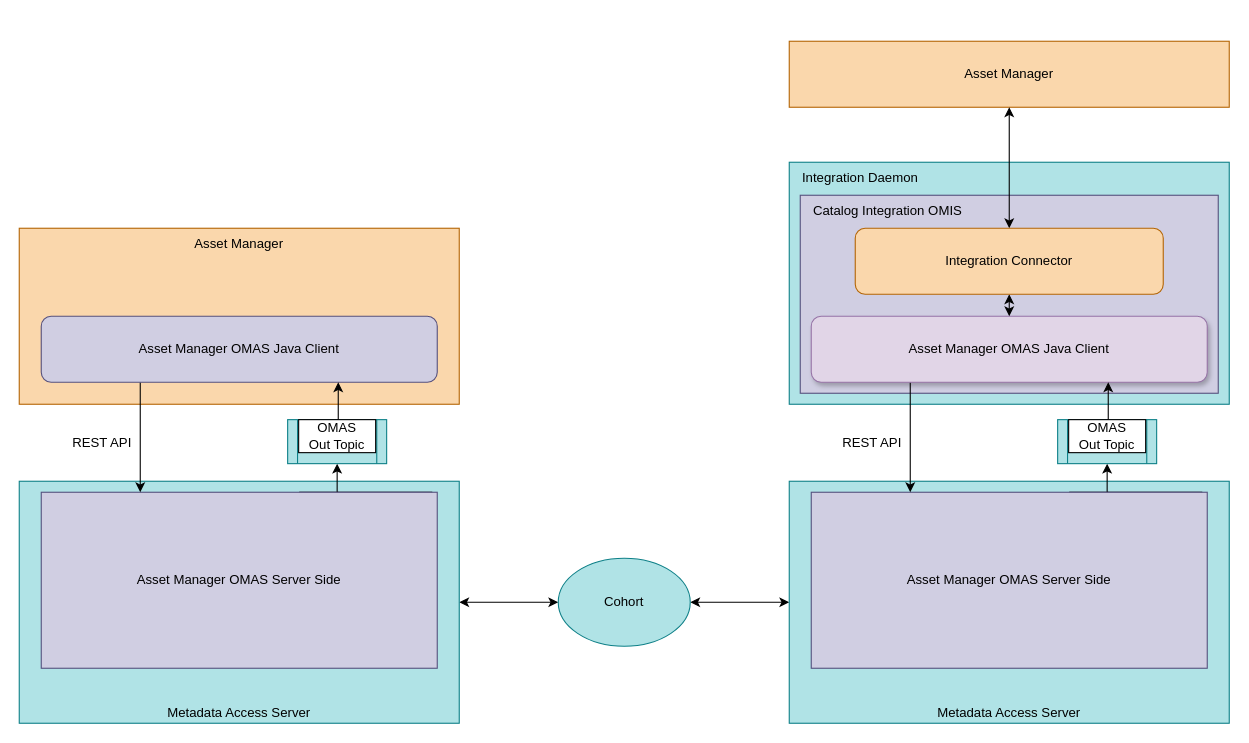
Earlier version of the draw.io diagram page "integration-choices" (3 of 5) of site/docs/services/omas/asset-manager/asset-manager.drawio (odpi/egeria-docs). Source tidied: cells renumbered, new cells numbered last; positions are measured from the earlier drawing's top-left corner, leaving out a move shared by most shapes. Both pictures are drawn from the tidied source at 110%, with x=0, y=0 at pixel (19, 41).
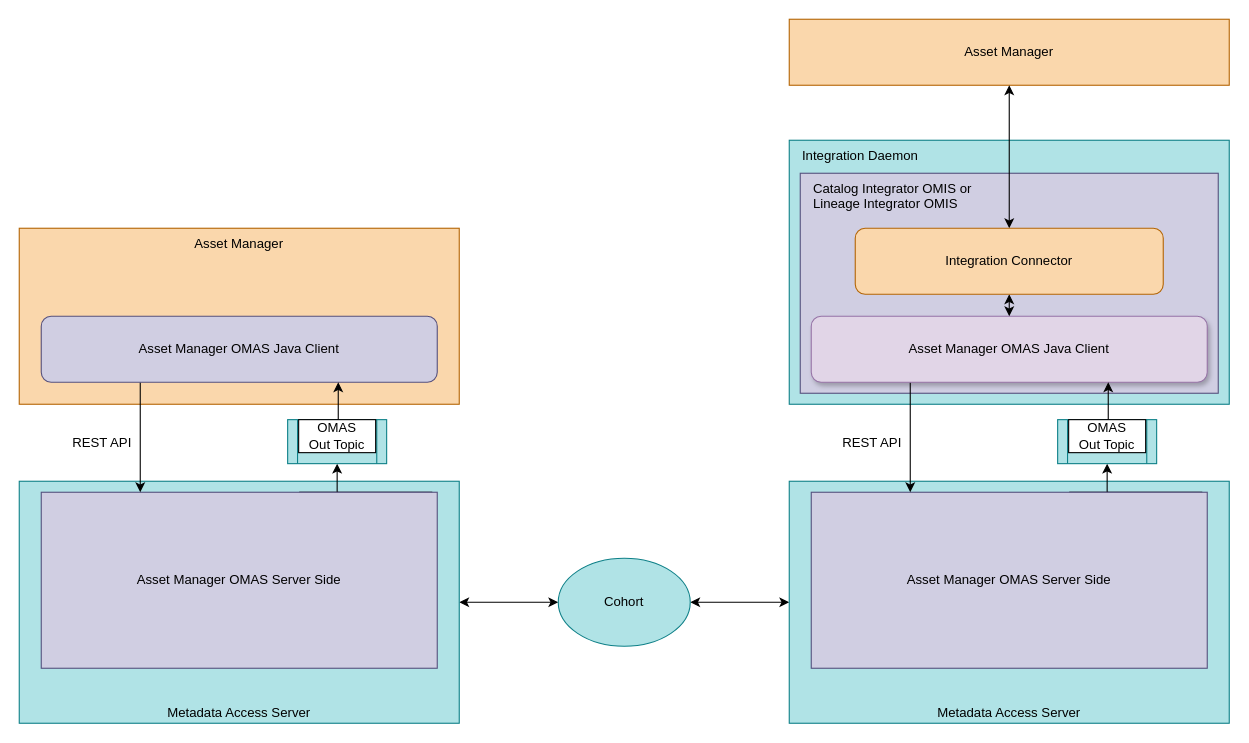
The same diagram, later.

Change to the diagram source:
```diff
@@
     <mxCell id="2" value="&amp;nbsp; &amp;nbsp;Integration Daemon" style="rounded=0;whiteSpace=wrap;html=1;verticalAlign=top;fillColor=#b0e3e6;strokeColor=#0e8088;align=left;" parent="1" vertex="1">
-      <mxGeometry x="700" y="110" width="400" height="220" as="geometry" />
+      <mxGeometry x="700" y="90" width="400" height="240" as="geometry" />
     </mxCell>
-    <mxCell id="3" value="&amp;nbsp; &amp;nbsp;Catalog Integration OMIS" style="rounded=0;whiteSpace=wrap;html=1;shadow=0;verticalAlign=top;fillColor=#d0cee2;strokeColor=#56517e;align=left;" parent="1" vertex="1">
-      <mxGeometry x="710" y="140" width="380" height="180" as="geometry" />
+    <mxCell id="3" value="&amp;nbsp; &amp;nbsp;Catalog Integrator OMIS or&lt;br&gt;&amp;nbsp; &amp;nbsp;Lineage Integrator OMIS" style="rounded=0;whiteSpace=wrap;html=1;shadow=0;verticalAlign=top;fillColor=#d0cee2;strokeColor=#56517e;align=left;" parent="1" vertex="1">
+      <mxGeometry x="710" y="120" width="380" height="200" as="geometry" />
     </mxCell>
@@
     <mxCell id="28" value="Asset Manager" style="rounded=0;whiteSpace=wrap;html=1;verticalAlign=middle;fillColor=#fad7ac;strokeColor=#b46504;" parent="1" vertex="1">
-      <mxGeometry x="700" width="400" height="60" as="geometry" />
+      <mxGeometry x="700" y="-20" width="400" height="60" as="geometry" />
     </mxCell>
```
